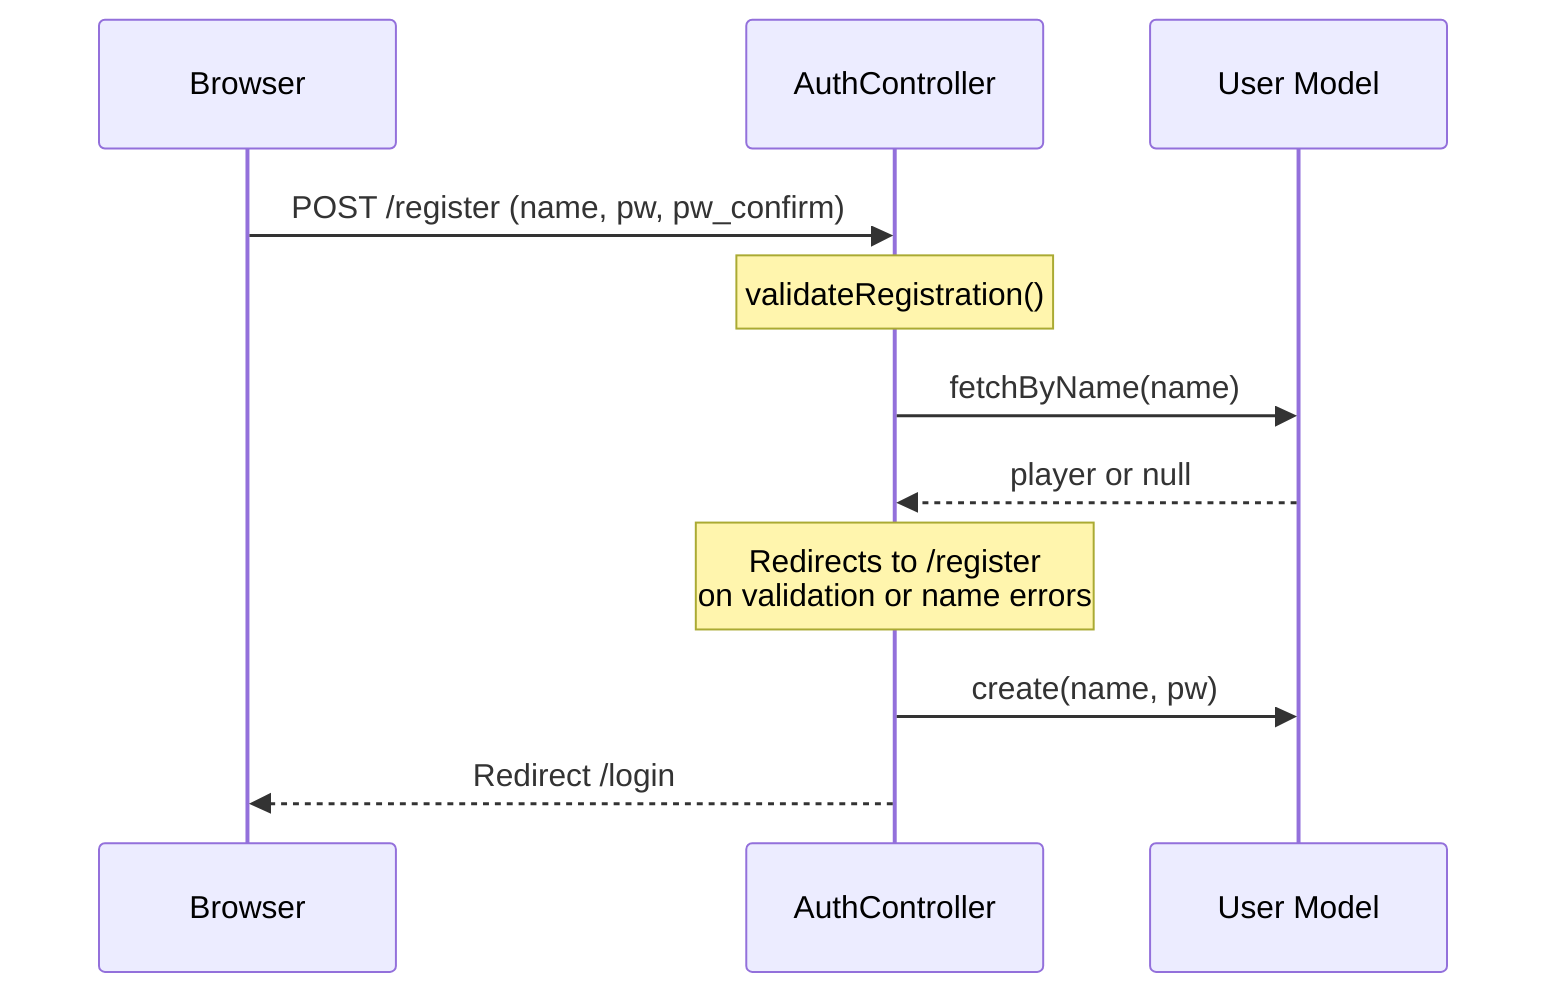
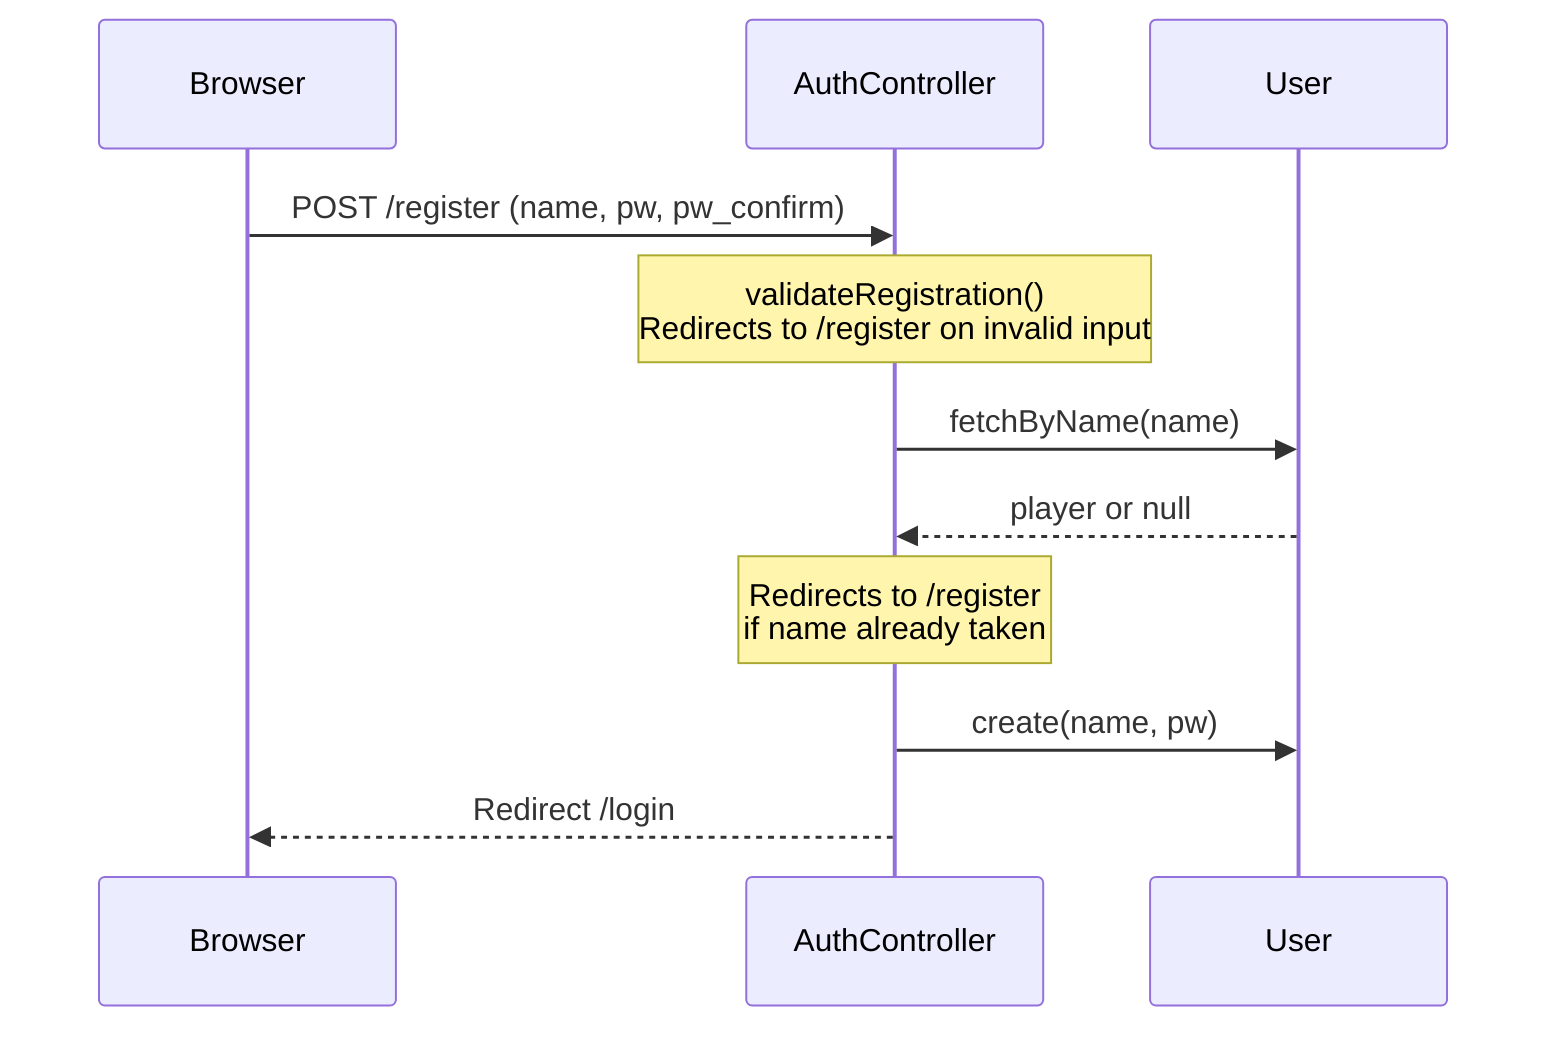
sequenceDiagram
    participant B as Browser
    participant AC as AuthController
-     participant U as User Model
+     participant U as User

    B->>AC: POST /register (name, pw, pw_confirm)
-     Note over AC: validateRegistration()
+     Note over AC: validateRegistration()<br>Redirects to /register on invalid input
    AC->>U: fetchByName(name)
    U-->>AC: player or null
-     Note over AC: Redirects to /register<br>on validation or name errors
+     Note over AC: Redirects to /register<br>if name already taken
    AC->>U: create(name, pw)
-     AC-->>B: Redirect /login+     AC-->>B: Redirect /login
